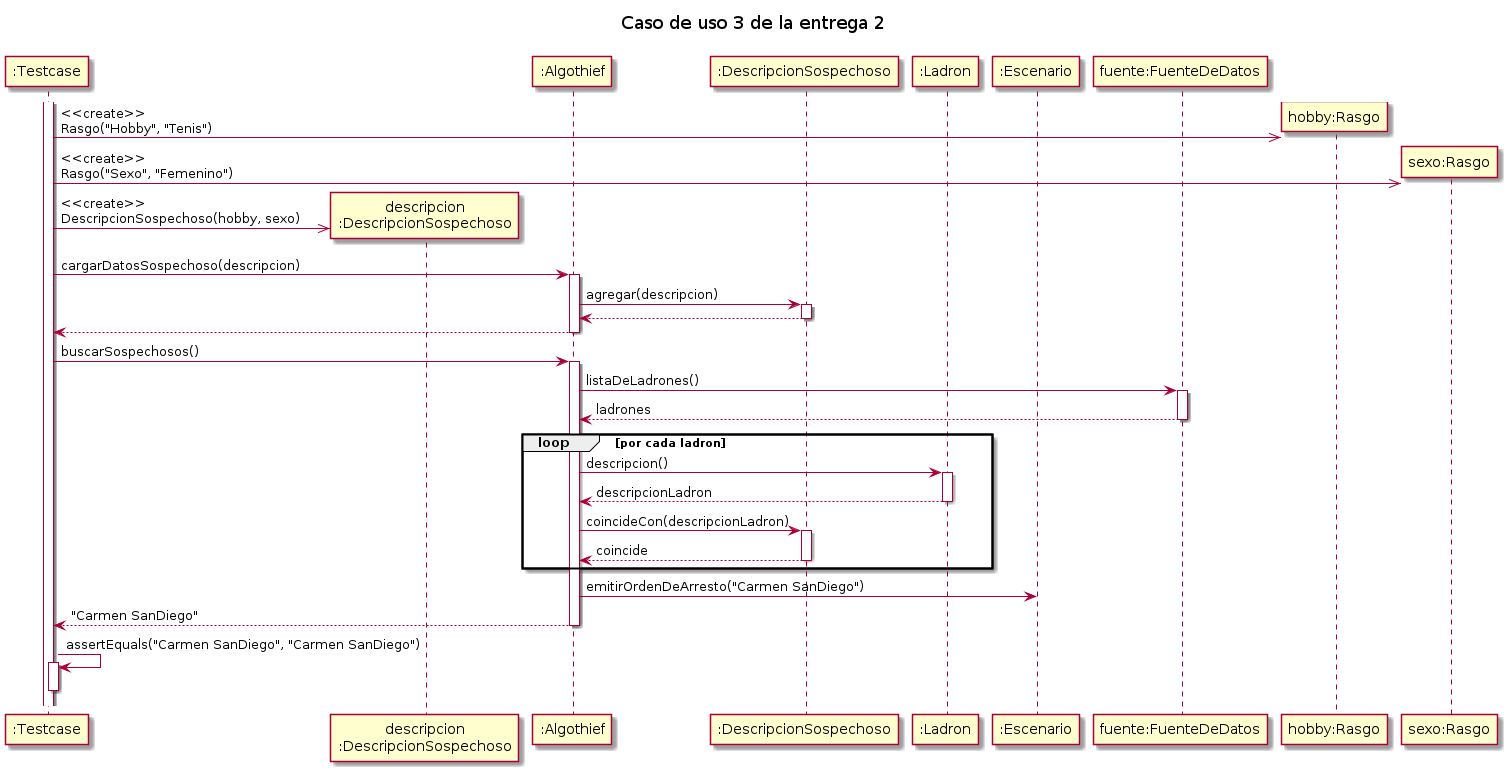
This is diagrams/sequences/secuencia_entrega2_testcase03.png from MegaRedHand/algo-thief, a PlantUML export, as it was before one commit.
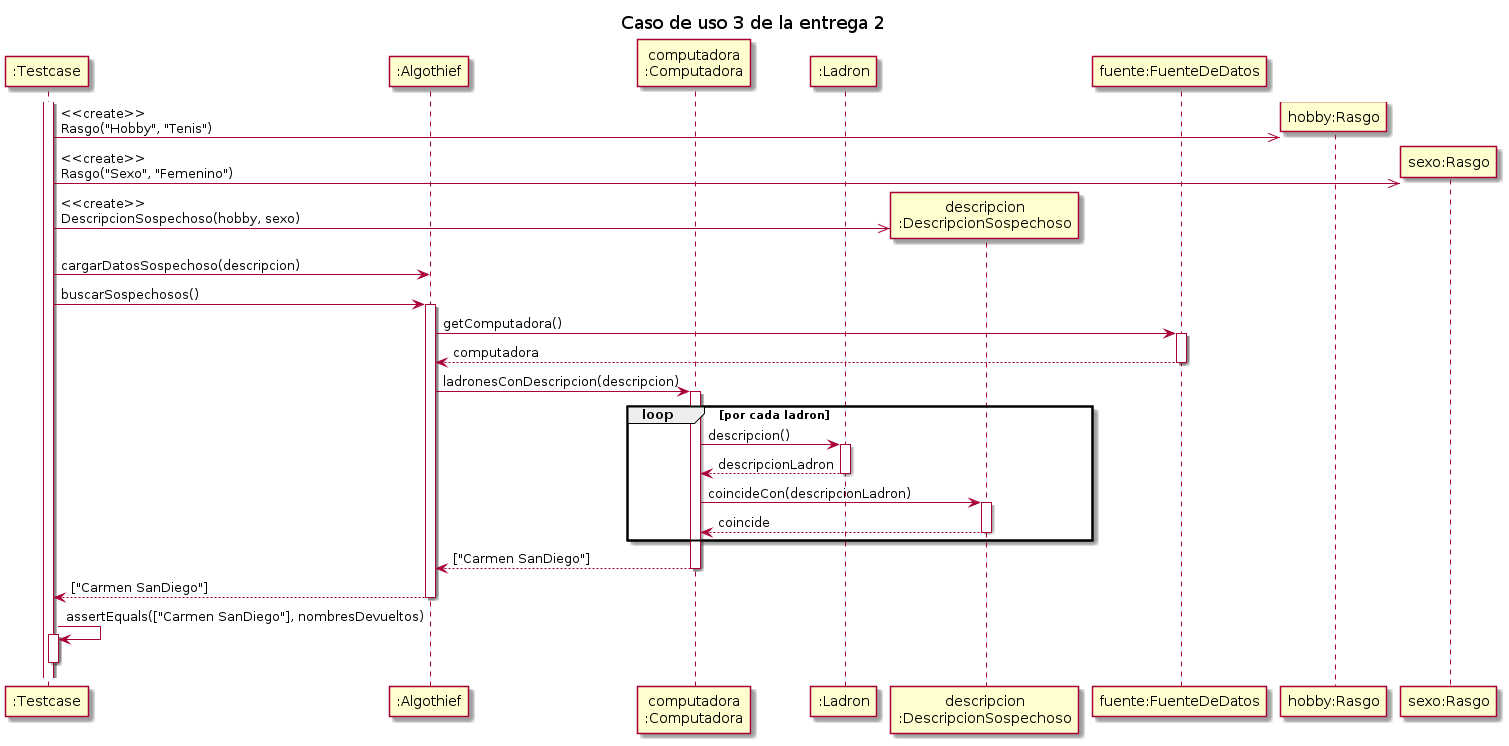
After the commit.

The edit, as a diff of the source:
```diff
@@ -3,11 +3,10 @@
 title "Caso de uso 3 de la entrega 2"
 
 participant ":Testcase" as testcase
+participant ":Algothief" as algothief
+participant "computadora\n:Computadora" as computadora
+participant ":Ladron" as ladron
 participant "descripcion\n:DescripcionSospechoso" as descripcion
-participant ":Algothief" as algothief
-participant ":DescripcionSospechoso" as descripcionAT
-participant ":Ladron" as ladron
-participant ":Escenario" as escenario
 participant "fuente:FuenteDeDatos" as fuente
 participant "hobby:Rasgo" as hobby
 participant "sexo:Rasgo" as sexo
@@ -16,24 +15,22 @@
 testcase ->> hobby**: <<create>>\nRasgo("Hobby", "Tenis")
 testcase ->> sexo**: <<create>>\nRasgo("Sexo", "Femenino")
 testcase ->> descripcion**: <<create>>\nDescripcionSospechoso(hobby, sexo)
-testcase -> algothief++: cargarDatosSospechoso(descripcion)
-    algothief -> descripcionAT++: agregar(descripcion)
-        return
-    return
+testcase -> algothief: cargarDatosSospechoso(descripcion)
 
 testcase -> algothief++: buscarSospechosos()
-    algothief -> fuente++: listaDeLadrones()
-        return ladrones
-    loop por cada ladron
-        algothief -> ladron++: descripcion()
-            return descripcionLadron
-        algothief -> descripcionAT++: coincideCon(descripcionLadron)
-            return coincide
-    end loop
-    algothief -> escenario: emitirOrdenDeArresto("Carmen SanDiego")
-    return "Carmen SanDiego"
+    algothief -> fuente++: getComputadora()
+        return computadora
+    algothief -> computadora++: ladronesConDescripcion(descripcion)
+        loop por cada ladron
+            computadora -> ladron++: descripcion()
+                return descripcionLadron
+            computadora -> descripcion++: coincideCon(descripcionLadron)
+                return coincide
+        end loop
+        return ["Carmen SanDiego"]
+    return ["Carmen SanDiego"]
 
-testcase -> testcase: assertEquals("Carmen SanDiego", "Carmen SanDiego")
+testcase -> testcase: assertEquals(["Carmen SanDiego"], nombresDevueltos)
 activate testcase
 deactivate testcase
 
```
